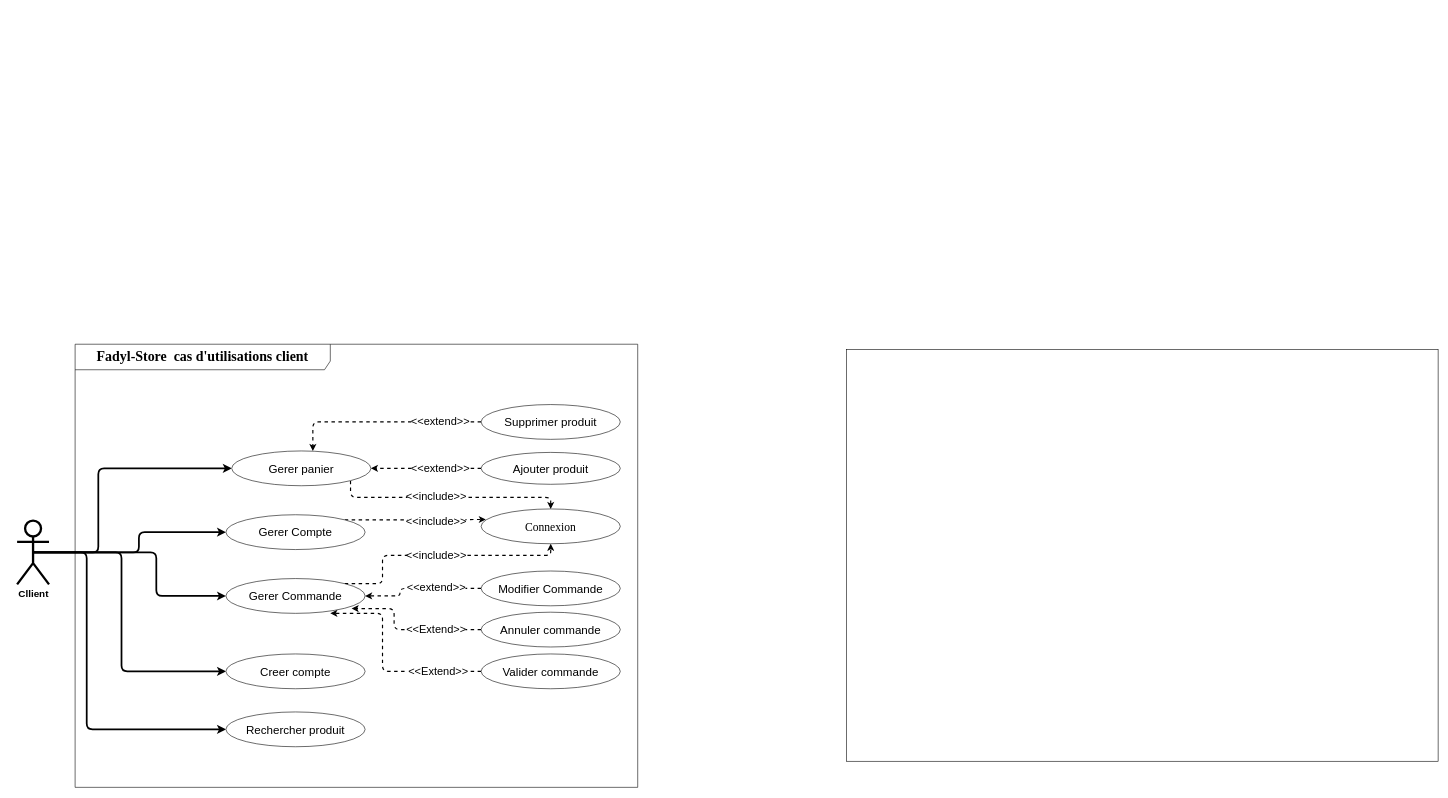
Meshavegas/Fadhyl-Store keeps this draw.io diagram as use case.drawio. Above is the earlier version. Source tidied: cells renumbered, new cells numbered last; positions are measured from the earlier drawing's top-left corner, leaving out a move shared by most shapes. Both pictures are drawn from the tidied source at 58%, with x=0, y=0 at pixel (17, 344).
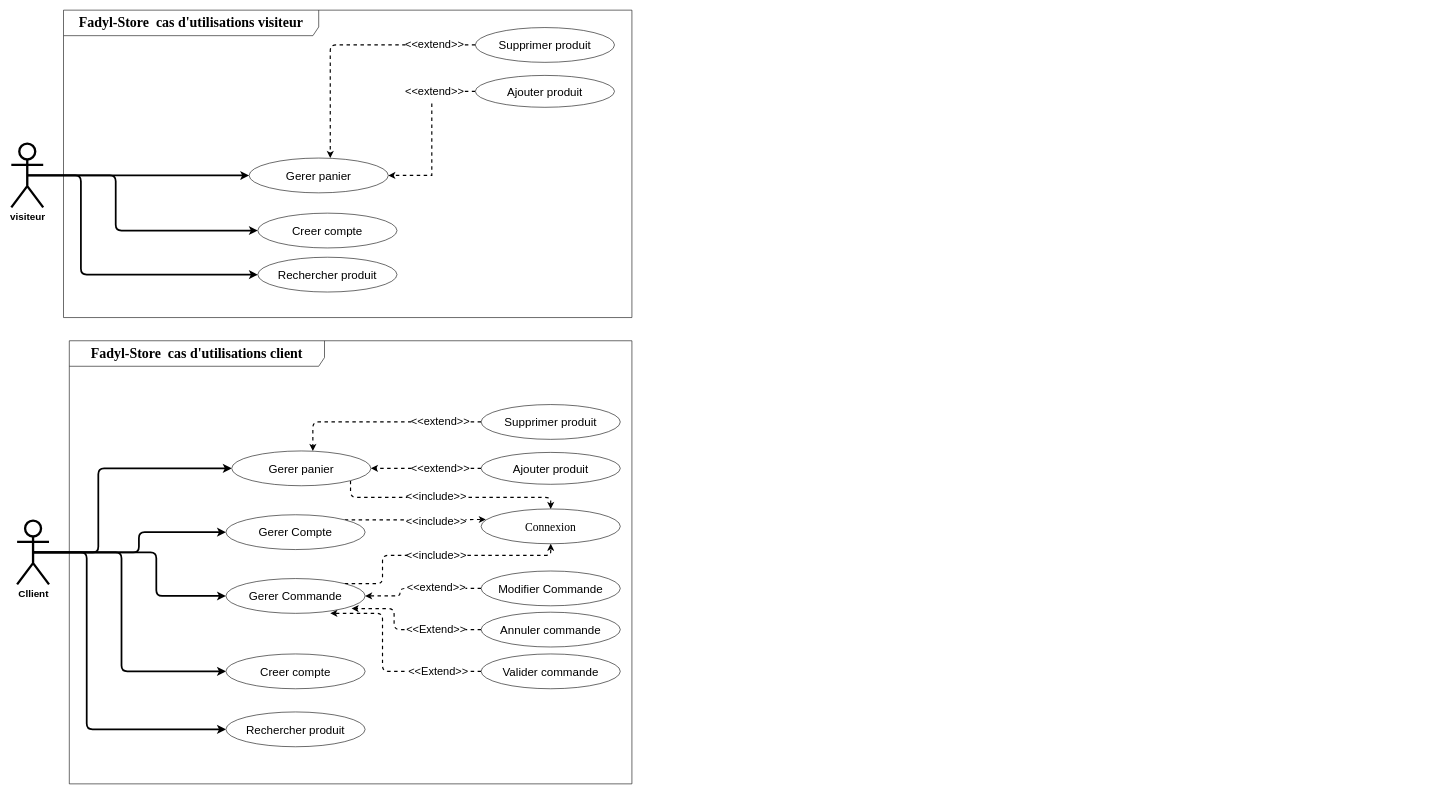
The same diagram, later.

Diff of the diagram source:
```diff
@@
-    <mxCell id="2" style="rounded=0;whiteSpace=wrap;html=1;" parent="1" vertex="1">
-      <mxGeometry x="1430" y="9" width="1020" height="710" as="geometry" />
-    </mxCell>
@@
     <mxCell id="36" value="&lt;b style=&quot;border-color: var(--border-color); font-family: &amp;quot;Times New Roman&amp;quot;; font-size: 24px;&quot;&gt;Fadyl-Store&amp;nbsp; cas d'utilisations client&lt;/b&gt;" style="shape=umlFrame;whiteSpace=wrap;html=1;width=440;height=44;" parent="1" vertex="1">
-      <mxGeometry x="100" width="970" height="764" as="geometry" />
+      <mxGeometry x="90" y="-6" width="970" height="764" as="geometry" />
     </mxCell>
+    <mxCell id="37" style="edgeStyle=orthogonalEdgeStyle;rounded=1;jettySize=auto;html=1;exitX=0.5;exitY=0.5;exitDx=0;exitDy=0;exitPerimeter=0;entryX=0;entryY=0.5;entryDx=0;entryDy=0;strokeWidth=3;" parent="1" edge="1" source="40" target="42">
+      <mxGeometry relative="1" as="geometry">
+        <Array as="points">
+          <mxPoint x="170" y="-291" />
+          <mxPoint x="170" y="-196" />
+        </Array>
+      </mxGeometry>
+    </mxCell>
+    <mxCell id="38" style="edgeStyle=orthogonalEdgeStyle;rounded=1;jettySize=auto;html=1;exitX=0.5;exitY=0.5;exitDx=0;exitDy=0;exitPerimeter=0;entryX=0;entryY=0.5;entryDx=0;entryDy=0;strokeWidth=3;" parent="1" edge="1" source="40" target="43">
+      <mxGeometry relative="1" as="geometry">
+        <Array as="points">
+          <mxPoint x="110" y="-291" />
+          <mxPoint x="110" y="-120" />
+        </Array>
+      </mxGeometry>
+    </mxCell>
+    <mxCell id="39" style="edgeStyle=orthogonalEdgeStyle;jettySize=auto;html=1;exitX=0.5;exitY=0.5;exitDx=0;exitDy=0;exitPerimeter=0;entryX=0;entryY=0.5;entryDx=0;entryDy=0;strokeWidth=3;rounded=1;" parent="1" edge="1" source="40" target="41">
+      <mxGeometry relative="1" as="geometry">
+        <Array as="points">
+          <mxPoint x="385" y="-291" />
+        </Array>
+      </mxGeometry>
+    </mxCell>
+    <mxCell id="40" value="&lt;b&gt;&lt;font style=&quot;font-size: 17px;&quot;&gt;visiteur&lt;/font&gt;&lt;/b&gt;" style="shape=umlActor;verticalLabelPosition=bottom;verticalAlign=top;html=1;strokeWidth=4;" parent="1" vertex="1">
+      <mxGeometry x="-10" y="-346" width="55" height="110" as="geometry" />
+    </mxCell>
+    <mxCell id="41" value="&lt;font style=&quot;font-size: 20px;&quot;&gt;Gerer panier&lt;/font&gt;" style="ellipse;whiteSpace=wrap;html=1;fillStyle=solid;" parent="1" vertex="1">
+      <mxGeometry x="400" y="-321" width="240" height="60" as="geometry" />
+    </mxCell>
+    <mxCell id="42" value="&lt;font style=&quot;font-size: 20px;&quot;&gt;Creer compte&lt;/font&gt;" style="ellipse;whiteSpace=wrap;html=1;" parent="1" vertex="1">
+      <mxGeometry x="415" y="-226" width="240" height="60" as="geometry" />
+    </mxCell>
+    <mxCell id="43" value="&lt;font style=&quot;font-size: 20px;&quot;&gt;Rechercher produit&lt;/font&gt;" style="ellipse;whiteSpace=wrap;html=1;" parent="1" vertex="1">
+      <mxGeometry x="415" y="-150" width="240" height="60" as="geometry" />
+    </mxCell>
+    <mxCell id="44" style="edgeStyle=orthogonalEdgeStyle;rounded=0;jettySize=auto;html=1;exitX=0;exitY=0.5;exitDx=0;exitDy=0;entryX=1;entryY=0.5;entryDx=0;entryDy=0;dashed=1;strokeWidth=2;" parent="1" edge="1" source="45" target="41">
+      <mxGeometry relative="1" as="geometry" />
+    </mxCell>
+    <mxCell id="45" value="&lt;font style=&quot;font-size: 20px;&quot;&gt;Ajouter produit&lt;/font&gt;" style="ellipse;whiteSpace=wrap;html=1;flipV=1;flipH=1;" parent="1" vertex="1">
+      <mxGeometry x="790" y="-463.5" width="240" height="55" as="geometry" />
+    </mxCell>
+    <mxCell id="46" style="edgeStyle=orthogonalEdgeStyle;rounded=1;jettySize=auto;html=1;entryX=0.583;entryY=0;entryDx=0;entryDy=0;entryPerimeter=0;dashed=1;strokeWidth=2;" parent="1" edge="1" source="47" target="41">
+      <mxGeometry relative="1" as="geometry" />
+    </mxCell>
+    <mxCell id="47" value="&lt;font style=&quot;font-size: 20px;&quot;&gt;Supprimer produit&lt;/font&gt;" style="ellipse;whiteSpace=wrap;html=1;flipV=1;flipH=1;" parent="1" vertex="1">
+      <mxGeometry x="790" y="-546" width="240" height="60" as="geometry" />
+    </mxCell>
+    <mxCell id="48" value="&lt;font style=&quot;font-size: 19px;&quot;&gt;&amp;lt;&amp;lt;extend&amp;gt;&amp;gt;&lt;/font&gt;" style="text;html=1;strokeColor=none;fillColor=default;align=center;verticalAlign=middle;whiteSpace=wrap;rounded=0;" parent="1" vertex="1">
+      <mxGeometry x="670" y="-531" width="100" height="30" as="geometry" />
+    </mxCell>
+    <mxCell id="49" value="&lt;font style=&quot;font-size: 19px;&quot;&gt;&amp;lt;&amp;lt;extend&amp;gt;&amp;gt;&lt;/font&gt;" style="text;html=1;strokeColor=none;fillColor=default;align=center;verticalAlign=middle;whiteSpace=wrap;rounded=0;" parent="1" vertex="1">
+      <mxGeometry x="670" y="-450" width="100" height="30" as="geometry" />
+    </mxCell>
+    <mxCell id="50" value="&lt;b style=&quot;border-color: var(--border-color); font-family: &amp;quot;Times New Roman&amp;quot;; font-size: 24px;&quot;&gt;Fadyl-Store&amp;nbsp; cas d'utilisations visiteur&lt;/b&gt;" style="shape=umlFrame;whiteSpace=wrap;html=1;width=440;height=44;" parent="1" vertex="1">
+      <mxGeometry x="80" y="-576" width="980" height="530" as="geometry" />
+    </mxCell>
```
